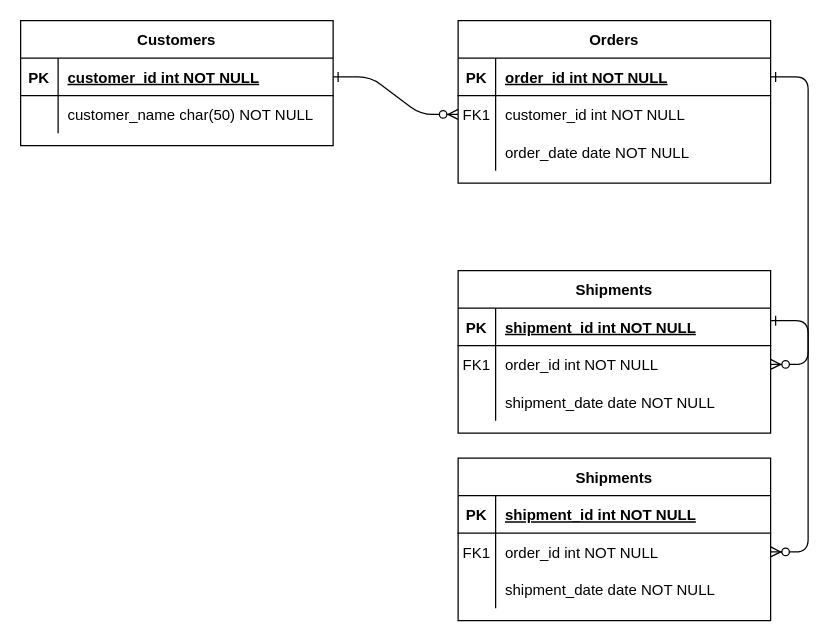
Above: Untitled Diagram.drawio in nselangovan/powerofdata (draw.io), before the change. Source tidied: cells renumbered, new cells numbered last; positions are measured from the earlier drawing's top-left corner, leaving out a move shared by most shapes. Both pictures are drawn from the tidied source at 125%, with x=0, y=0 at pixel (20, 20).
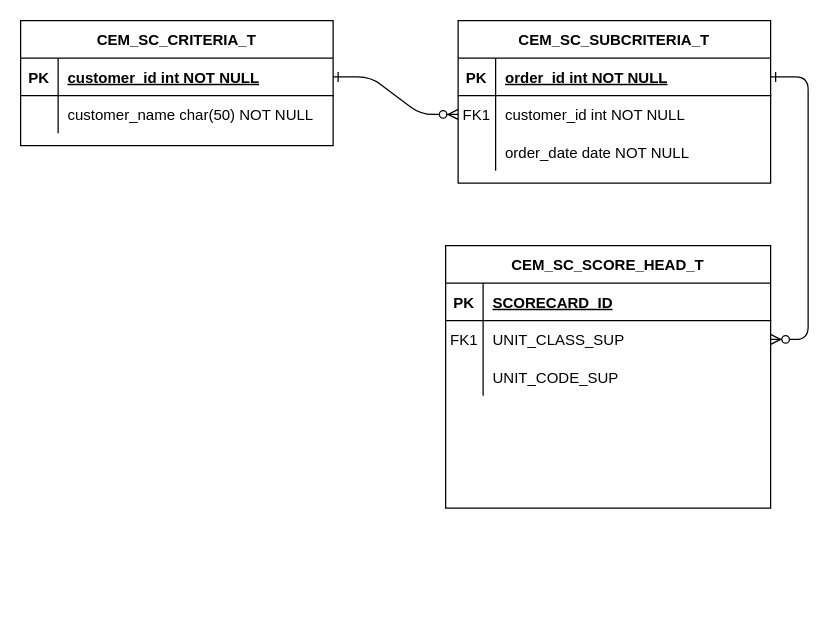
The same diagram, later.

What changed in the source:
```diff
@@
-    <mxCell id="4" value="Orders" style="shape=table;startSize=30;childLayout=tableLayout;rowLines=0;fontStyle=1;align=center;" parent="1" vertex="1">
+    <mxCell id="4" value="CEM_SC_SUBCRITERIA_T" style="shape=table;startSize=30;childLayout=tableLayout;rowLines=0;fontStyle=1;align=center;" parent="1" vertex="1">
       <mxGeometry x="350" width="250" height="130" as="geometry" />
     </mxCell>
@@
-    <mxCell id="14" value="Shipments" style="shape=table;startSize=30;childLayout=tableLayout;rowLines=0;fontStyle=1;align=center;" parent="1" vertex="1">
-      <mxGeometry x="350" y="200" width="250" height="130" as="geometry" />
+    <mxCell id="14" value="CEM_SC_SCORE_HEAD_T" style="shape=table;startSize=30;childLayout=tableLayout;rowLines=0;fontStyle=1;align=center;" parent="1" vertex="1">
+      <mxGeometry x="340" y="180" width="260" height="210" as="geometry" />
     </mxCell>
     <mxCell id="15" style="shape=partialRectangle;fillColor=none;top=0;left=0;right=0;bottom=1;" parent="14" vertex="1">
-      <mxGeometry y="30" width="250" height="30" as="geometry" />
+      <mxGeometry y="30" width="260" height="30" as="geometry" />
     </mxCell>
@@
-    <mxCell id="17" value="shipment_id int NOT NULL " style="shape=partialRectangle;overflow=hidden;fillColor=none;top=0;left=0;bottom=0;right=0;align=left;spacingLeft=6;fontStyle=5;" parent="15" vertex="1">
-      <mxGeometry x="30" width="220" height="30" as="geometry" />
+    <mxCell id="17" value="SCORECARD_ID " style="shape=partialRectangle;overflow=hidden;fillColor=none;top=0;left=0;bottom=0;right=0;align=left;spacingLeft=6;fontStyle=5;" parent="15" vertex="1">
+      <mxGeometry x="30" width="230" height="30" as="geometry" />
     </mxCell>
     <mxCell id="18" style="shape=partialRectangle;fillColor=none;points=[[0,0.5],[1,0.5]];portConstraint=eastwest;top=0;left=0;right=0;bottom=0;" parent="14" vertex="1">
-      <mxGeometry y="60" width="250" height="30" as="geometry" />
+      <mxGeometry y="60" width="260" height="30" as="geometry" />
     </mxCell>
@@
-    <mxCell id="20" value="order_id int NOT NULL" style="shape=partialRectangle;overflow=hidden;fillColor=none;top=0;left=0;bottom=0;right=0;align=left;spacingLeft=6;" parent="18" vertex="1">
-      <mxGeometry x="30" width="220" height="30" as="geometry" />
+    <mxCell id="20" value="UNIT_CLASS_SUP" style="shape=partialRectangle;overflow=hidden;fillColor=none;top=0;left=0;bottom=0;right=0;align=left;spacingLeft=6;" parent="18" vertex="1">
+      <mxGeometry x="30" width="230" height="30" as="geometry" />
     </mxCell>
     <mxCell id="21" style="shape=partialRectangle;fillColor=none;top=0;left=0;right=0;bottom=0;" parent="14" vertex="1">
-      <mxGeometry y="90" width="250" height="30" as="geometry" />
+      <mxGeometry y="90" width="260" height="30" as="geometry" />
     </mxCell>
@@
-    <mxCell id="23" value="shipment_date date NOT NULL" style="shape=partialRectangle;overflow=hidden;fillColor=none;top=0;left=0;bottom=0;right=0;align=left;spacingLeft=6;" parent="21" vertex="1">
-      <mxGeometry x="30" width="220" height="30" as="geometry" />
+    <mxCell id="23" value="UNIT_CODE_SUP   " style="shape=partialRectangle;overflow=hidden;fillColor=none;top=0;left=0;bottom=0;right=0;align=left;spacingLeft=6;" parent="21" vertex="1">
+      <mxGeometry x="30" width="230" height="30" as="geometry" />
     </mxCell>
-    <mxCell id="24" value="Customers" style="shape=table;startSize=30;childLayout=tableLayout;rowLines=0;fontStyle=1;align=center;" parent="1" vertex="1">
+    <mxCell id="24" value="CEM_SC_CRITERIA_T" style="shape=table;startSize=30;childLayout=tableLayout;rowLines=0;fontStyle=1;align=center;" parent="1" vertex="1">
       <mxGeometry width="250" height="100" as="geometry" />
     </mxCell>
@@
-    <mxCell id="31" value="Shipments" style="shape=table;startSize=30;childLayout=tableLayout;rowLines=0;fontStyle=1;align=center;" parent="1" vertex="1">
-      <mxGeometry x="350" y="350" width="250" height="130" as="geometry" />
-    </mxCell>
-    <mxCell id="32" style="shape=partialRectangle;fillColor=none;top=0;left=0;right=0;bottom=1;" parent="31" vertex="1">
-      <mxGeometry y="30" width="250" height="30" as="geometry" />
-    </mxCell>
-    <mxCell id="33" value="PK" style="shape=partialRectangle;overflow=hidden;fillColor=none;top=0;left=0;bottom=0;right=0;fontStyle=1;" parent="32" vertex="1">
-      <mxGeometry width="30" height="30" as="geometry" />
-    </mxCell>
-    <mxCell id="34" value="shipment_id int NOT NULL " style="shape=partialRectangle;overflow=hidden;fillColor=none;top=0;left=0;bottom=0;right=0;align=left;spacingLeft=6;fontStyle=5;" parent="32" vertex="1">
-      <mxGeometry x="30" width="220" height="30" as="geometry" />
-    </mxCell>
-    <mxCell id="35" style="shape=partialRectangle;fillColor=none;points=[[0,0.5],[1,0.5]];portConstraint=eastwest;top=0;left=0;right=0;bottom=0;" parent="31" vertex="1">
-      <mxGeometry y="60" width="250" height="30" as="geometry" />
-    </mxCell>
-    <mxCell id="36" value="FK1" style="shape=partialRectangle;overflow=hidden;fillColor=none;top=0;left=0;bottom=0;right=0;" parent="35" vertex="1">
-      <mxGeometry width="30" height="30" as="geometry" />
-    </mxCell>
-    <mxCell id="37" value="order_id int NOT NULL" style="shape=partialRectangle;overflow=hidden;fillColor=none;top=0;left=0;bottom=0;right=0;align=left;spacingLeft=6;" parent="35" vertex="1">
-      <mxGeometry x="30" width="220" height="30" as="geometry" />
-    </mxCell>
-    <mxCell id="38" style="shape=partialRectangle;fillColor=none;top=0;left=0;right=0;bottom=0;" parent="31" vertex="1">
-      <mxGeometry y="90" width="250" height="30" as="geometry" />
-    </mxCell>
-    <mxCell id="39" style="shape=partialRectangle;overflow=hidden;fillColor=none;top=0;left=0;bottom=0;right=0;" parent="38" vertex="1">
-      <mxGeometry width="30" height="30" as="geometry" />
-    </mxCell>
-    <mxCell id="40" value="shipment_date date NOT NULL" style="shape=partialRectangle;overflow=hidden;fillColor=none;top=0;left=0;bottom=0;right=0;align=left;spacingLeft=6;" parent="38" vertex="1">
-      <mxGeometry x="30" width="220" height="30" as="geometry" />
-    </mxCell>
-    <mxCell id="41" style="edgeStyle=entityRelationEdgeStyle;endArrow=ERzeroToMany;startArrow=ERone;endFill=1;startFill=0;entryX=1;entryY=0.5;entryDx=0;entryDy=0;" parent="1" edge="1" target="35">
-      <mxGeometry relative="1" as="geometry">
-        <mxPoint x="600" y="240" as="sourcePoint" />
-      </mxGeometry>
-    </mxCell>
```
